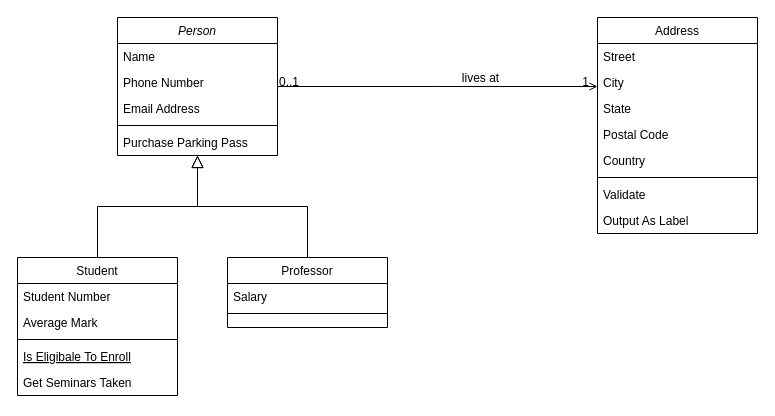
Before: Untitled Diagram.drawio in skinow/diagrams, a draw.io diagram. Source tidied: cells renumbered, new cells numbered last; positions are measured from the earlier drawing's top-left corner, leaving out a move shared by most shapes. Both pictures are drawn from the tidied source at 100%, with x=0, y=0 at pixel (17, 17).
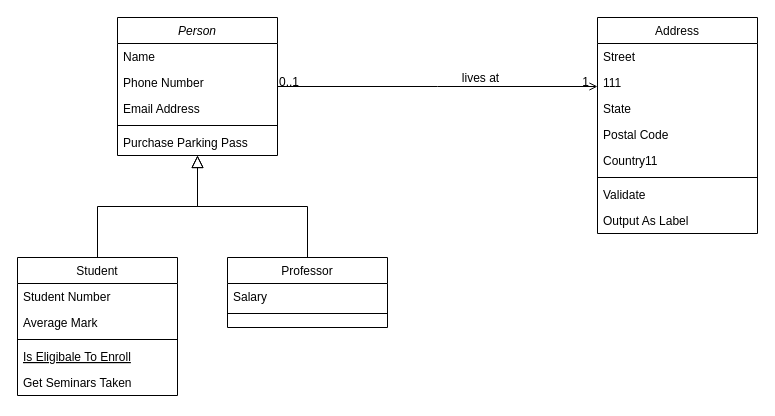
After the change.

Unchanged cells that the change refers to:
```xml
<mxCell id="19" value="Address" style="swimlane;fontStyle=0;align=center;verticalAlign=top;horizontal=1;startSize=26;rounded=0;shadow=0;strokeWidth=1;" parent="1" vertex="1">
  <mxGeometry x="580" width="160" height="216" as="geometry" />
</mxCell>
```

Diff of the diagram source:
```diff
@@
-    <mxCell id="21" value="City" style="text;align=left;verticalAlign=top;spacingLeft=4;spacingRight=4;overflow=hidden;rounded=0;shadow=0;html=0;" parent="19" vertex="1">
+    <mxCell id="21" value="111" style="text;align=left;verticalAlign=top;spacingLeft=4;spacingRight=4;overflow=hidden;rounded=0;shadow=0;html=0;" parent="19" vertex="1">
       <mxGeometry y="52" width="160" height="26" as="geometry" />
     </mxCell>
@@
-    <mxCell id="24" value="Country" style="text;align=left;verticalAlign=top;spacingLeft=4;spacingRight=4;overflow=hidden;rounded=0;shadow=0;html=0;" parent="19" vertex="1">
+    <mxCell id="24" value="Country11" style="text;align=left;verticalAlign=top;spacingLeft=4;spacingRight=4;overflow=hidden;rounded=0;shadow=0;html=0;" parent="19" vertex="1">
       <mxGeometry y="130" width="160" height="26" as="geometry" />
     </mxCell>
```
